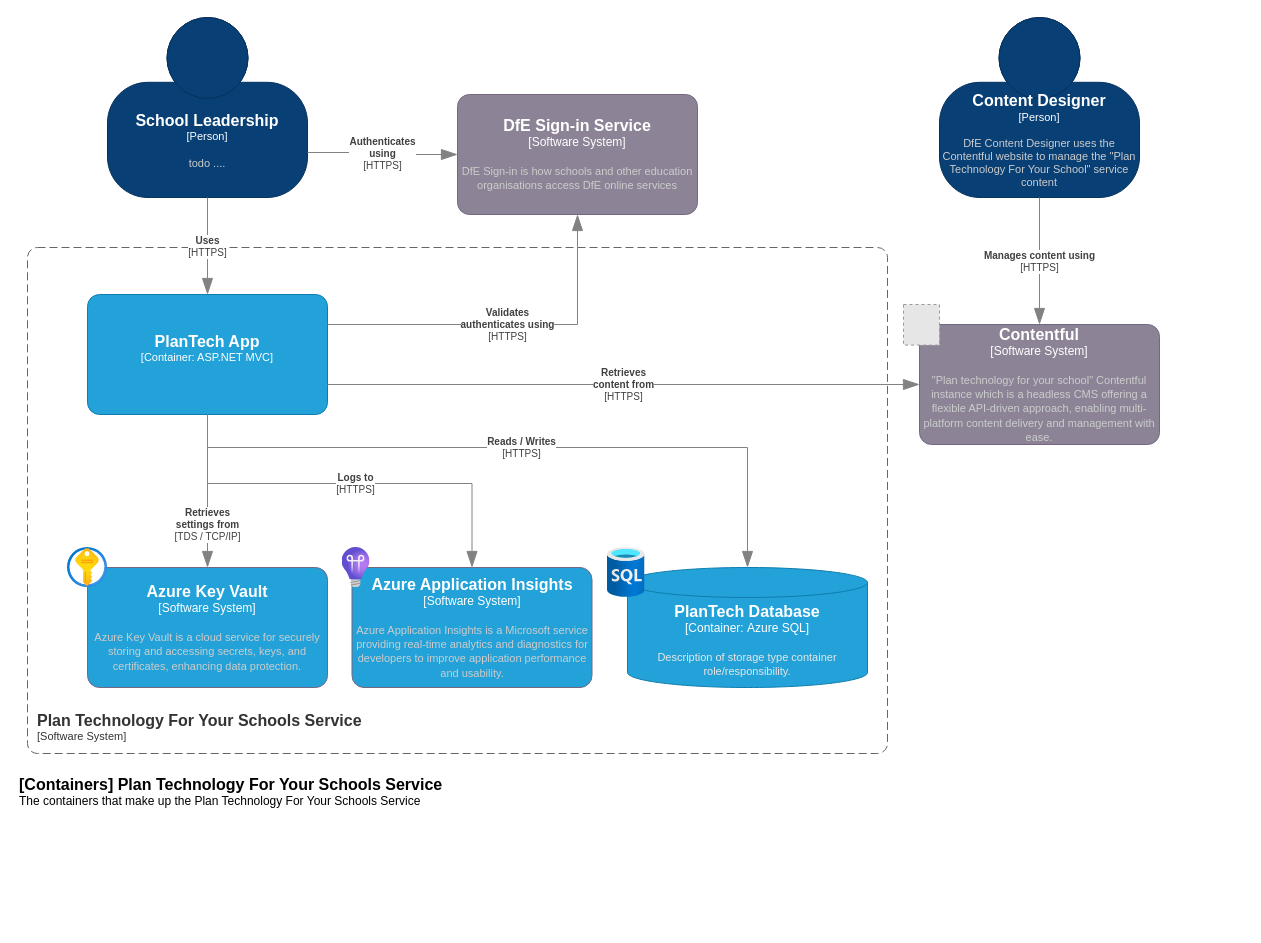
The draw.io diagram page "container-diagram" (2 of 3) of docs/diagrams/c4-model.drawio in DFE-Digital/sts-plan-technology-for-your-school, before the edit. Source tidied: cells renumbered, new cells numbered last; positions are measured from the earlier drawing's top-left corner, leaving out a move shared by most shapes. Both pictures are drawn from the tidied source at 100%, with x=0, y=0 at pixel (17, 17). Pictures stored in the file or linked from it are replaced by grey dashed boxes.
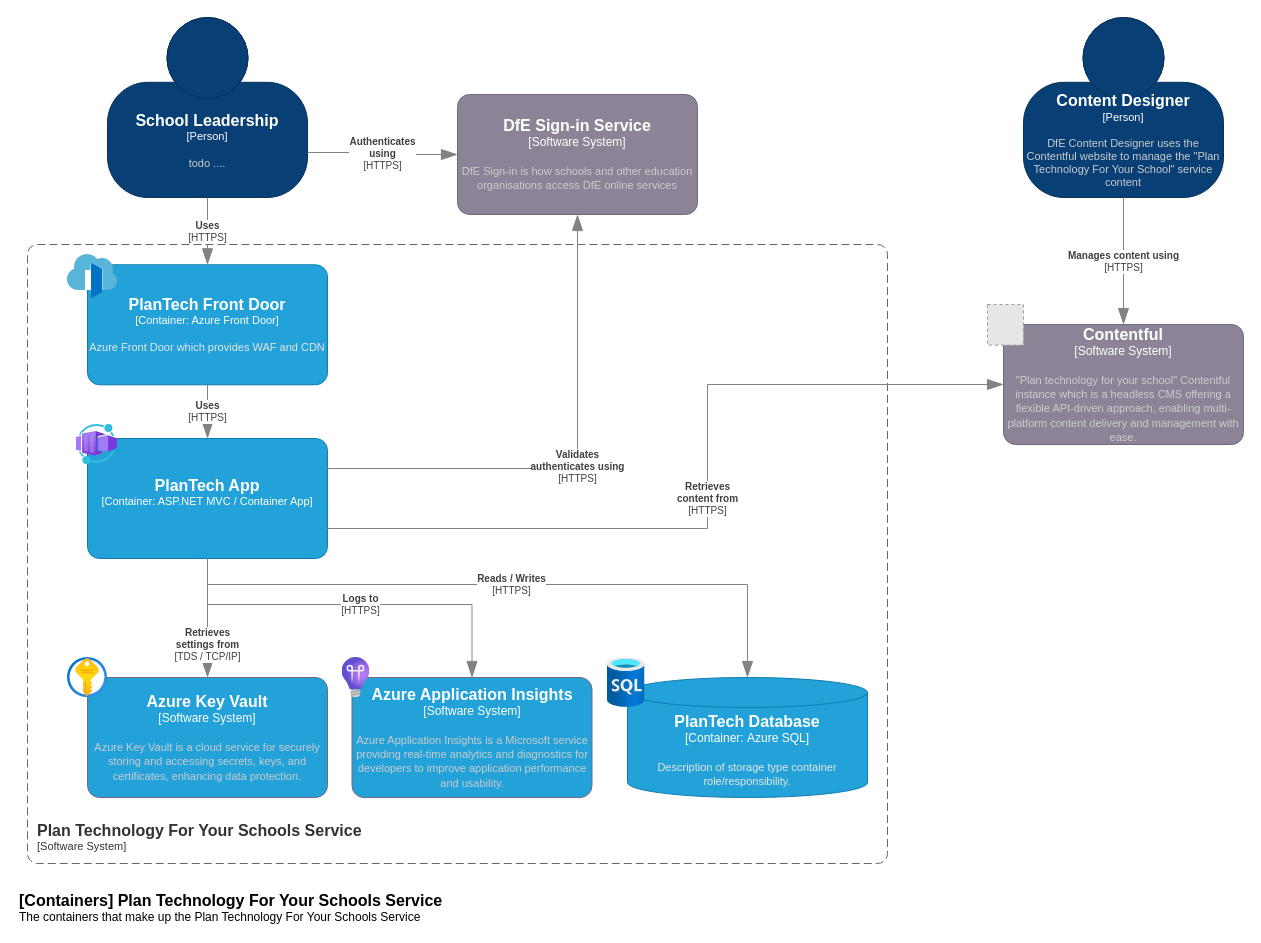
Above is the later version.

Commit message (it also covers changes not shown here):
updated C4 diagram and terraform docs (#38)

The change refers to these unchanged cells:
```xml
<object id="5" label="&lt;font style=&quot;font-size: 16px&quot;&gt;&lt;b&gt;%c4Name%&lt;/b&gt;&lt;/font&gt;&lt;div&gt;[%c4Type%]&lt;/div&gt;&lt;br&gt;&lt;div&gt;&lt;font style=&quot;font-size: 11px&quot;&gt;&lt;font color=&quot;#cccccc&quot;&gt;%c4Description%&lt;/font&gt;&lt;/div&gt;" c4Description="todo ...." c4Name="School Leadership" c4Type="Person" placeholders="1">
  <mxCell style="html=1;fontSize=11;dashed=0;whiteSpace=wrap;fillColor=#083F75;strokeColor=#06315C;fontColor=#ffffff;shape=mxgraph.c4.person2;align=center;points=[[0.5,0,0],[1,0.5,0],[1,0.75,0],[0.75,1,0],[0.5,1,0],[0.25,1,0],[0,0.75,0],[0,0.5,0]];" parent="1" vertex="1">
    <mxGeometry x="90" width="200" height="180" as="geometry" />
  </mxCell>
</object>
```

Diff of the diagram source:
```diff
@@
     <object id="2" label="&lt;font style=&quot;font-size: 16px&quot;&gt;&lt;b&gt;&lt;div style=&quot;text-align: left&quot;&gt;%c4Name%&lt;/div&gt;&lt;/b&gt;&lt;/font&gt;&lt;div style=&quot;text-align: left&quot;&gt;[%c4Application%]&lt;/div&gt;" c4Application="Software System" c4Name="Plan Technology For Your Schools Service" placeholders="1">
       <mxCell style="rounded=1;fontSize=11;whiteSpace=wrap;html=1;dashed=1;arcSize=20;fillColor=none;strokeColor=#666666;fontColor=#333333;labelBackgroundColor=none;align=left;verticalAlign=bottom;labelBorderColor=none;spacingTop=0;spacing=10;dashPattern=8 4;perimeter=rectanglePerimeter;noLabel=0;labelPadding=0;absoluteArcSize=1;" parent="1" vertex="1">
-        <mxGeometry x="10" y="230" width="860" height="506" as="geometry" />
+        <mxGeometry x="10" y="227" width="860" height="619" as="geometry" />
       </mxCell>
     </object>
     <object id="3" label="&lt;font style=&quot;font-size: 16px&quot;&gt;&lt;b&gt;%c4Name%&lt;/b&gt;&lt;/font&gt;&lt;div&gt;[%c4Type%]&lt;/div&gt;&lt;br&gt;&lt;div&gt;&lt;font style=&quot;font-size: 11px&quot;&gt;&lt;font color=&quot;#cccccc&quot;&gt;%c4Description%&lt;/font&gt;&lt;/div&gt;" c4Description="&quot;Plan technology for your school&quot; Contentful instance which is a headless CMS offering a flexible API-driven approach, enabling multi-platform content delivery and management with ease." c4Name="Contentful" c4Type="Software System" placeholders="1">
       <mxCell style="rounded=1;whiteSpace=wrap;html=1;labelBackgroundColor=none;fillColor=#8C8496;fontColor=#ffffff;align=center;arcSize=10;strokeColor=#736782;points=[[0.25,0,0],[0.5,0,0],[0.75,0,0],[1,0.25,0],[1,0.5,0],[1,0.75,0],[0.75,1,0],[0.5,1,0],[0.25,1,0],[0,0.75,0],[0,0.5,0],[0,0.25,0]];" parent="1" vertex="1">
-        <mxGeometry x="902" y="307" width="240" height="120" as="geometry" />
+        <mxGeometry x="986" y="307" width="240" height="120" as="geometry" />
       </mxCell>
     </object>
@@
     <object id="6" label="&lt;font style=&quot;font-size: 16px&quot;&gt;&lt;b&gt;%c4Name%&lt;/b&gt;&lt;/font&gt;&lt;div&gt;[%c4Type%]&lt;/div&gt;&lt;br&gt;&lt;div&gt;&lt;font style=&quot;font-size: 11px&quot;&gt;&lt;font color=&quot;#cccccc&quot;&gt;%c4Description%&lt;/font&gt;&lt;/div&gt;" c4Description="DfE Content Designer uses the Contentful website to manage the &quot;Plan Technology For Your School&quot; service content" c4Name="Content Designer" c4Type="Person" placeholders="1">
       <mxCell style="html=1;fontSize=11;dashed=0;whiteSpace=wrap;fillColor=#083F75;strokeColor=#06315C;fontColor=#ffffff;shape=mxgraph.c4.person2;align=center;points=[[0.5,0,0],[1,0.5,0],[1,0.75,0],[0.75,1,0],[0.5,1,0],[0.25,1,0],[0,0.75,0],[0,0.5,0]];" parent="1" vertex="1">
-        <mxGeometry x="922" width="200" height="180" as="geometry" />
+        <mxGeometry x="1006" width="200" height="180" as="geometry" />
       </mxCell>
     </object>
@@
     <object id="8" label="&lt;div style=&quot;text-align: left&quot;&gt;&lt;div style=&quot;text-align: center&quot;&gt;&lt;b&gt;%c4Description%&lt;/b&gt;&lt;/div&gt;&lt;div style=&quot;text-align: center&quot;&gt;[%c4Technology%]&lt;/div&gt;&lt;/div&gt;" c4Description="Uses" c4Technology="HTTPS" placeholders="1">
-      <mxCell style="endArrow=blockThin;html=1;fontSize=10;fontColor=#404040;strokeWidth=1;endFill=1;strokeColor=#828282;elbow=vertical;endSize=14;startSize=14;jumpStyle=arc;jumpSize=16;rounded=0;edgeStyle=orthogonalEdgeStyle;exitX=0.5;exitY=1;exitDx=0;exitDy=0;exitPerimeter=0;entryX=0.5;entryY=0;entryDx=0;entryDy=0;entryPerimeter=0;" parent="1" edge="1" source="5" target="10">
+      <mxCell style="endArrow=blockThin;html=1;fontSize=10;fontColor=#404040;strokeWidth=1;endFill=1;strokeColor=#828282;elbow=vertical;endSize=14;startSize=14;jumpStyle=arc;jumpSize=16;rounded=0;edgeStyle=orthogonalEdgeStyle;exitX=0.5;exitY=1;exitDx=0;exitDy=0;exitPerimeter=0;entryX=0.5;entryY=0;entryDx=0;entryDy=0;entryPerimeter=0;" parent="1" edge="1" source="5" target="24">
         <mxGeometry relative="1" as="geometry" />
       </mxCell>
     </object>
     <object id="9" label="&lt;font style=&quot;font-size: 16px&quot;&gt;&lt;b&gt;%c4Type%&lt;/b&gt;&lt;/font&gt;&lt;div&gt;[%c4Container%:&amp;nbsp;%c4Technology%]&lt;/div&gt;&lt;br&gt;&lt;div&gt;&lt;font style=&quot;font-size: 11px&quot;&gt;&lt;font color=&quot;#E6E6E6&quot;&gt;%c4Description%&lt;/font&gt;&lt;/div&gt;" c4Container="Container" c4Description="Description of storage type container role/responsibility." c4Technology="Azure SQL" c4Type="PlanTech Database" placeholders="1">
       <mxCell style="shape=cylinder3;size=15;whiteSpace=wrap;html=1;boundedLbl=1;rounded=0;labelBackgroundColor=none;fillColor=#23A2D9;fontSize=12;fontColor=#ffffff;align=center;strokeColor=#0E7DAD;points=[[0.5,0,0],[1,0.25,0],[1,0.5,0],[1,0.75,0],[0.5,1,0],[0,0.75,0],[0,0.5,0],[0,0.25,0]];" parent="1" vertex="1">
-        <mxGeometry x="610" y="550" width="240" height="120" as="geometry" />
+        <mxGeometry x="610" y="660" width="240" height="120" as="geometry" />
       </mxCell>
     </object>
-    <object id="10" label="&lt;font style=&quot;font-size: 16px&quot;&gt;&lt;b&gt;%c4Name%&lt;/b&gt;&lt;/font&gt;&lt;div&gt;[%c4Type%: %c4Technology%]&lt;/div&gt;&lt;br&gt;&lt;div&gt;&lt;font style=&quot;font-size: 11px&quot;&gt;&lt;font color=&quot;#E6E6E6&quot;&gt;%c4Description%&lt;/font&gt;&lt;/div&gt;" c4Description="" c4Name="PlanTech App" c4Technology="ASP.NET MVC" c4Type="Container" placeholders="1">
+    <object id="10" label="&lt;font style=&quot;font-size: 16px&quot;&gt;&lt;b&gt;%c4Name%&lt;/b&gt;&lt;/font&gt;&lt;div&gt;[%c4Type%: %c4Technology%]&lt;/div&gt;&lt;br&gt;&lt;div&gt;&lt;font style=&quot;font-size: 11px&quot;&gt;&lt;font color=&quot;#E6E6E6&quot;&gt;%c4Description%&lt;/font&gt;&lt;/div&gt;" c4Description="" c4Name="PlanTech App" c4Technology="ASP.NET MVC / Container App" c4Type="Container" placeholders="1">
       <mxCell style="rounded=1;whiteSpace=wrap;html=1;fontSize=11;labelBackgroundColor=none;fillColor=#23A2D9;fontColor=#ffffff;align=center;arcSize=10;strokeColor=#0E7DAD;points=[[0.25,0,0],[0.5,0,0],[0.75,0,0],[1,0.25,0],[1,0.5,0],[1,0.75,0],[0.75,1,0],[0.5,1,0],[0.25,1,0],[0,0.75,0],[0,0.5,0],[0,0.25,0]];" parent="1" vertex="1">
-        <mxGeometry x="70" y="277" width="240" height="120" as="geometry" />
+        <mxGeometry x="70" y="421" width="240" height="120" as="geometry" />
       </mxCell>
     </object>
     <object id="11" label="&lt;font style=&quot;font-size: 16px&quot;&gt;&lt;b&gt;%c4Name%&lt;/b&gt;&lt;/font&gt;&lt;div&gt;[%c4Type%]&lt;/div&gt;&lt;br&gt;&lt;div&gt;&lt;font style=&quot;font-size: 11px&quot;&gt;&lt;font color=&quot;#cccccc&quot;&gt;%c4Description%&lt;/font&gt;&lt;/div&gt;" c4Description="Azure Key Vault is a cloud service for securely storing and accessing secrets, keys, and certificates, enhancing data protection." c4Name="Azure Key Vault" c4Type="Software System" placeholders="1">
       <mxCell style="rounded=1;whiteSpace=wrap;html=1;labelBackgroundColor=none;fillColor=#23A2D9;fontColor=#ffffff;align=center;arcSize=10;strokeColor=#736782;points=[[0.25,0,0],[0.5,0,0],[0.75,0,0],[1,0.25,0],[1,0.5,0],[1,0.75,0],[0.75,1,0],[0.5,1,0],[0.25,1,0],[0,0.75,0],[0,0.5,0],[0,0.25,0]];" parent="1" vertex="1">
-        <mxGeometry x="70" y="550" width="240" height="120" as="geometry" />
+        <mxGeometry x="70" y="660" width="240" height="120" as="geometry" />
       </mxCell>
     </object>
     <mxCell id="12" style="image;html=1;align=center;fontSize=12;image=img/lib/azure2/security/Key_Vaults.svg;" parent="1" vertex="1">
-      <mxGeometry x="50" y="530" width="40" height="40" as="geometry" />
+      <mxGeometry x="50" y="640" width="40" height="40" as="geometry" />
     </mxCell>
     <mxCell id="13" style="image;html=1;align=center;fontSize=12;image=img/lib/azure2/databases/SQL_Database.svg;" parent="1" vertex="1">
-      <mxGeometry x="590" y="530" width="37.5" height="50" as="geometry" />
+      <mxGeometry x="590" y="640" width="37.5" height="50" as="geometry" />
     </mxCell>
     <mxCell id="14" style="fillColor=#E6E6E6;strokeColor=#999999;dashed=1;verticalLabelPosition=bottom;labelBackgroundColor=default;verticalAlign=top;" parent="1" vertex="1">
-      <mxGeometry x="886" y="287" width="36" height="40.6" as="geometry" />
+      <mxGeometry x="970" y="287" width="36" height="40.6" as="geometry" />
     </mxCell>
     <object id="15" label="&lt;font style=&quot;font-size: 16px&quot;&gt;&lt;b&gt;%c4Name%&lt;/b&gt;&lt;/font&gt;&lt;div&gt;[%c4Type%]&lt;/div&gt;&lt;br&gt;&lt;div&gt;&lt;font style=&quot;font-size: 11px&quot;&gt;&lt;font color=&quot;#cccccc&quot;&gt;%c4Description%&lt;/font&gt;&lt;/div&gt;" c4Description="Azure Application Insights is a Microsoft service providing real-time analytics and diagnostics for developers to improve application performance and usability." c4Name="Azure Application Insights" c4Type="Software System" placeholders="1">
       <mxCell style="rounded=1;whiteSpace=wrap;html=1;labelBackgroundColor=none;fillColor=#23A2D9;fontColor=#ffffff;align=center;arcSize=10;strokeColor=#736782;points=[[0.25,0,0],[0.5,0,0],[0.75,0,0],[1,0.25,0],[1,0.5,0],[1,0.75,0],[0.75,1,0],[0.5,1,0],[0.25,1,0],[0,0.75,0],[0,0.5,0],[0,0.25,0]];" parent="1" vertex="1">
-        <mxGeometry x="334.5" y="550" width="240" height="120" as="geometry" />
+        <mxGeometry x="334.5" y="660" width="240" height="120" as="geometry" />
       </mxCell>
     </object>
     <mxCell id="16" style="image;html=1;align=center;fontSize=12;image=img/lib/azure2/devops/Application_Insights.svg;" parent="1" vertex="1">
-      <mxGeometry x="324.5" y="530" width="27.9" height="40" as="geometry" />
+      <mxGeometry x="324.5" y="640" width="27.9" height="40" as="geometry" />
     </mxCell>
     <object id="17" label="&lt;div style=&quot;text-align: left&quot;&gt;&lt;div style=&quot;text-align: center&quot;&gt;&lt;b&gt;%c4Description%&lt;/b&gt;&lt;/div&gt;&lt;div style=&quot;text-align: center&quot;&gt;[%c4Technology%]&lt;/div&gt;&lt;/div&gt;" c4Description="Reads / Writes" c4Technology="HTTPS" placeholders="1">
       <mxCell style="endArrow=blockThin;html=1;fontSize=10;fontColor=#404040;strokeWidth=1;endFill=1;strokeColor=#828282;elbow=vertical;endSize=14;startSize=14;jumpStyle=none;jumpSize=16;rounded=0;edgeStyle=orthogonalEdgeStyle;exitX=0.5;exitY=1;exitDx=0;exitDy=0;exitPerimeter=0;entryX=0.5;entryY=0;entryDx=0;entryDy=0;entryPerimeter=0;" parent="1" edge="1" source="10" target="9">
         <mxGeometry relative="1" as="geometry">
           <Array as="points">
-            <mxPoint x="190" y="430" />
-            <mxPoint x="730" y="430" />
+            <mxPoint x="190" y="567" />
+            <mxPoint x="730" y="567" />
           </Array>
         </mxGeometry>
       </mxCell>
     </object>
@@
     <object id="19" label="&lt;div style=&quot;text-align: left&quot;&gt;&lt;div style=&quot;text-align: center&quot;&gt;&lt;b&gt;%c4Description%&lt;/b&gt;&lt;/div&gt;&lt;div style=&quot;text-align: center&quot;&gt;[%c4Technology%]&lt;/div&gt;&lt;/div&gt;" c4Description="Logs to" c4Technology="HTTPS" placeholders="1">
       <mxCell style="endArrow=blockThin;html=1;fontSize=10;fontColor=#404040;strokeWidth=1;endFill=1;strokeColor=#828282;elbow=vertical;endSize=14;startSize=14;jumpStyle=none;jumpSize=16;rounded=0;edgeStyle=orthogonalEdgeStyle;entryX=0.5;entryY=0;entryDx=0;entryDy=0;entryPerimeter=0;exitX=0.5;exitY=1;exitDx=0;exitDy=0;exitPerimeter=0;" parent="1" edge="1" source="10" target="15">
         <mxGeometry x="0.04" relative="1" as="geometry">
           <Array as="points">
-            <mxPoint x="190" y="466" />
-            <mxPoint x="455" y="466" />
+            <mxPoint x="190" y="587" />
+            <mxPoint x="455" y="587" />
           </Array>
         </mxGeometry>
       </mxCell>
     </object>
     <object id="20" label="&lt;div style=&quot;text-align: left&quot;&gt;&lt;div style=&quot;text-align: center&quot;&gt;&lt;b&gt;%c4Description%&lt;/b&gt;&lt;/div&gt;&lt;div style=&quot;text-align: center&quot;&gt;[%c4Technology%]&lt;/div&gt;&lt;/div&gt;" c4Description="Retrieves&#10;content from" c4Technology="HTTPS" placeholders="1">
       <mxCell style="endArrow=blockThin;html=1;fontSize=10;fontColor=#404040;strokeWidth=1;endFill=1;strokeColor=#828282;elbow=vertical;endSize=14;startSize=14;jumpStyle=arc;jumpSize=16;rounded=0;edgeStyle=orthogonalEdgeStyle;exitX=1;exitY=0.75;exitDx=0;exitDy=0;exitPerimeter=0;" parent="1" edge="1" source="10" target="3">
-        <mxGeometry relative="1" as="geometry" />
+        <mxGeometry relative="1" as="geometry">
+          <Array as="points">
+            <mxPoint x="690" y="511" />
+            <mxPoint x="690" y="367" />
+          </Array>
+        </mxGeometry>
       </mxCell>
     </object>
@@
     <object id="22" label="&lt;font style=&quot;font-size: 16px&quot;&gt;&lt;b&gt;&lt;div style=&quot;text-align: left&quot;&gt;%c4Name%&lt;/div&gt;&lt;/b&gt;&lt;/font&gt;&lt;div style=&quot;text-align: left&quot;&gt;%c4Description%&lt;/div&gt;" c4Description="The containers that make up the Plan Technology For Your Schools Service" c4Name="[Containers] Plan Technology For Your Schools Service" placeholders="1">
       <mxCell style="text;html=1;strokeColor=none;fillColor=none;align=left;verticalAlign=top;whiteSpace=wrap;rounded=0;" parent="1" vertex="1">
-        <mxGeometry y="751" width="440" height="40" as="geometry" />
+        <mxGeometry y="867" width="440" height="40" as="geometry" />
       </mxCell>
     </object>
@@
+    <object id="24" label="&lt;font style=&quot;font-size: 16px&quot;&gt;&lt;b&gt;%c4Name%&lt;/b&gt;&lt;/font&gt;&lt;div&gt;[%c4Type%: %c4Technology%]&lt;/div&gt;&lt;br&gt;&lt;div&gt;&lt;font style=&quot;font-size: 11px&quot;&gt;&lt;font color=&quot;#E6E6E6&quot;&gt;%c4Description%&lt;/font&gt;&lt;/div&gt;" c4Description="Azure Front Door which provides WAF and CDN" c4Name="PlanTech Front Door" c4Technology="Azure Front Door" c4Type="Container" placeholders="1">
+      <mxCell style="rounded=1;whiteSpace=wrap;html=1;fontSize=11;labelBackgroundColor=none;fillColor=#23A2D9;fontColor=#ffffff;align=center;arcSize=10;strokeColor=#0E7DAD;points=[[0.25,0,0],[0.5,0,0],[0.75,0,0],[1,0.25,0],[1,0.5,0],[1,0.75,0],[0.75,1,0],[0.5,1,0],[0.25,1,0],[0,0.75,0],[0,0.5,0],[0,0.25,0]];" parent="1" vertex="1">
+        <mxGeometry x="70" y="247.3" width="240" height="120" as="geometry" />
+      </mxCell>
+    </object>
+    <object id="25" label="&lt;div style=&quot;text-align: left&quot;&gt;&lt;div style=&quot;text-align: center&quot;&gt;&lt;b&gt;%c4Description%&lt;/b&gt;&lt;/div&gt;&lt;div style=&quot;text-align: center&quot;&gt;[%c4Technology%]&lt;/div&gt;&lt;/div&gt;" c4Description="Uses" c4Technology="HTTPS" placeholders="1">
+      <mxCell style="endArrow=blockThin;html=1;fontSize=10;fontColor=#404040;strokeWidth=1;endFill=1;strokeColor=#828282;elbow=vertical;endSize=14;startSize=14;jumpStyle=arc;jumpSize=16;rounded=0;edgeStyle=orthogonalEdgeStyle;entryX=0.5;entryY=0;entryDx=0;entryDy=0;entryPerimeter=0;" parent="1" edge="1" source="24" target="10">
+        <mxGeometry relative="1" as="geometry" />
+      </mxCell>
+    </object>
+    <mxCell id="26" style="image;sketch=0;html=1;align=center;fontSize=12;image=img/lib/mscae/Front_Doors.svg;" parent="1" vertex="1">
+      <mxGeometry x="50" y="237" width="50" height="44" as="geometry" />
+    </mxCell>
+    <mxCell id="27" style="image;html=1;align=center;fontSize=12;image=img/lib/azure2/other/Worker_Container_App.svg;" parent="1" vertex="1">
+      <mxGeometry x="58.8" y="407" width="41.2" height="40" as="geometry" />
+    </mxCell>
```
